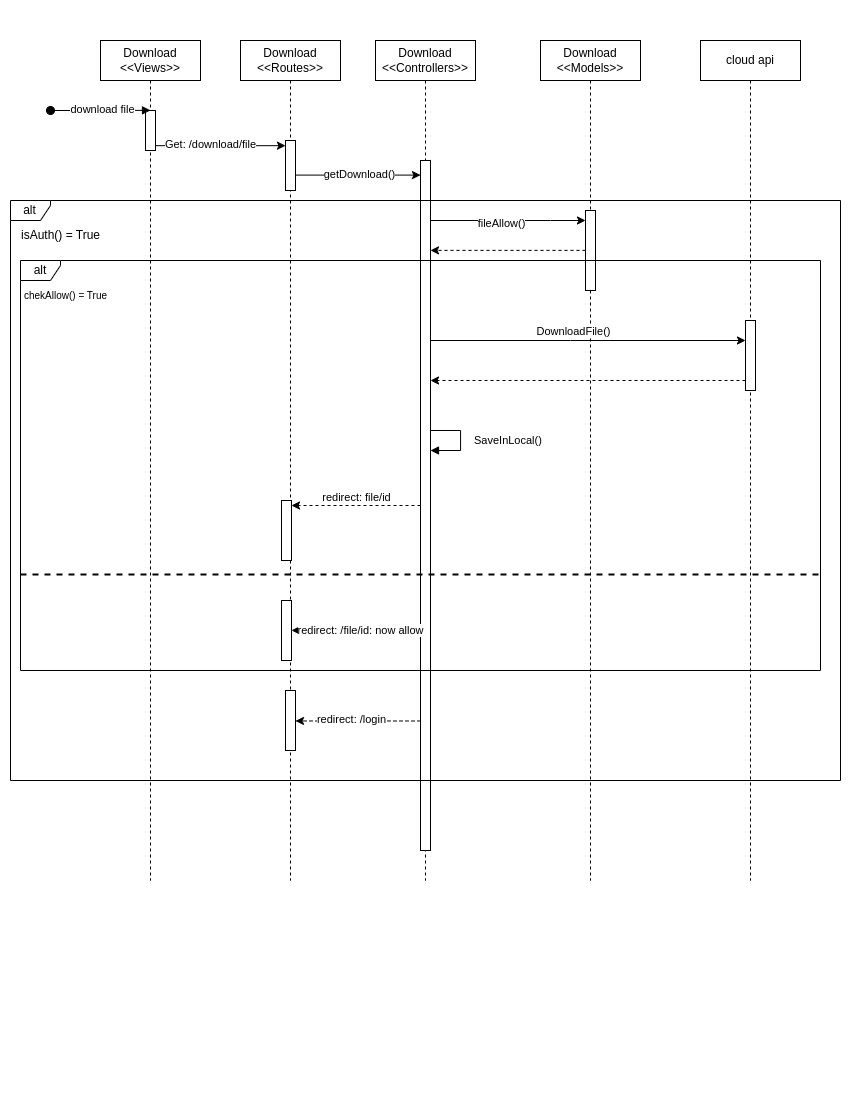
Before: seq diagram/download seq.png, a diagram exported from draw.io (AyoubCherguelaine/Drive-app). Source tidied: cells renumbered, new cells last; positions are measured from the earlier drawing's top-left corner, leaving out a move shared by most shapes. Source of this version:
```xml
<mxGraphModel>
  <root>
    <mxCell id="0" />
    <mxCell id="1" parent="0" />
    <mxCell id="2" value="Download&lt;br&gt;&amp;lt;&amp;lt;Views&amp;gt;&amp;gt;" style="shape=umlLifeline;perimeter=lifelinePerimeter;whiteSpace=wrap;html=1;newEdgeStyle={&quot;edgeStyle&quot;:&quot;elbowEdgeStyle&quot;,&quot;elbow&quot;:&quot;vertical&quot;,&quot;curved&quot;:0,&quot;rounded&quot;:0};" parent="1" vertex="1">
      <mxGeometry x="90" width="100" height="840" as="geometry" />
    </mxCell>
    <mxCell id="3" style="html=1;points=[];perimeter=orthogonalPerimeter;outlineConnect=0;targetShapes=umlLifeline;portConstraint=eastwest;newEdgeStyle={&quot;edgeStyle&quot;:&quot;elbowEdgeStyle&quot;,&quot;elbow&quot;:&quot;vertical&quot;,&quot;curved&quot;:0,&quot;rounded&quot;:0};" parent="2" vertex="1">
      <mxGeometry x="45" y="70" width="10" height="40" as="geometry" />
    </mxCell>
    <mxCell id="4" style="html=1;verticalAlign=bottom;startArrow=oval;endArrow=block;startSize=8;edgeStyle=elbowEdgeStyle;elbow=vertical;curved=0;rounded=0;" parent="2" edge="1" target="3">
      <mxGeometry relative="1" as="geometry">
        <mxPoint x="-50" y="70" as="sourcePoint" />
      </mxGeometry>
    </mxCell>
    <mxCell id="5" value="download file" style="edgeLabel;html=1;align=center;verticalAlign=middle;" parent="4" vertex="1">
      <mxGeometry x="0.03" y="1" relative="1" as="geometry" />
    </mxCell>
    <mxCell id="6" value="Download&lt;br&gt;&amp;lt;&amp;lt;Routes&amp;gt;&amp;gt;" style="shape=umlLifeline;perimeter=lifelinePerimeter;whiteSpace=wrap;html=1;newEdgeStyle={&quot;edgeStyle&quot;:&quot;elbowEdgeStyle&quot;,&quot;elbow&quot;:&quot;vertical&quot;,&quot;curved&quot;:0,&quot;rounded&quot;:0};" parent="1" vertex="1">
      <mxGeometry x="230" width="100" height="840" as="geometry" />
    </mxCell>
    <mxCell id="7" style="html=1;points=[];perimeter=orthogonalPerimeter;outlineConnect=0;targetShapes=umlLifeline;portConstraint=eastwest;newEdgeStyle={&quot;edgeStyle&quot;:&quot;elbowEdgeStyle&quot;,&quot;elbow&quot;:&quot;vertical&quot;,&quot;curved&quot;:0,&quot;rounded&quot;:0};" parent="6" vertex="1">
      <mxGeometry x="45" y="100" width="10" height="50" as="geometry" />
    </mxCell>
    <mxCell id="8" style="html=1;points=[];perimeter=orthogonalPerimeter;outlineConnect=0;targetShapes=umlLifeline;portConstraint=eastwest;newEdgeStyle={&quot;edgeStyle&quot;:&quot;elbowEdgeStyle&quot;,&quot;elbow&quot;:&quot;vertical&quot;,&quot;curved&quot;:0,&quot;rounded&quot;:0};" parent="6" vertex="1">
      <mxGeometry x="41" y="460" width="10" height="60" as="geometry" />
    </mxCell>
    <mxCell id="9" style="html=1;points=[];perimeter=orthogonalPerimeter;outlineConnect=0;targetShapes=umlLifeline;portConstraint=eastwest;newEdgeStyle={&quot;edgeStyle&quot;:&quot;elbowEdgeStyle&quot;,&quot;elbow&quot;:&quot;vertical&quot;,&quot;curved&quot;:0,&quot;rounded&quot;:0};" parent="6" vertex="1">
      <mxGeometry x="45" y="650" width="10" height="60" as="geometry" />
    </mxCell>
    <mxCell id="10" style="html=1;points=[];perimeter=orthogonalPerimeter;outlineConnect=0;targetShapes=umlLifeline;portConstraint=eastwest;newEdgeStyle={&quot;edgeStyle&quot;:&quot;elbowEdgeStyle&quot;,&quot;elbow&quot;:&quot;vertical&quot;,&quot;curved&quot;:0,&quot;rounded&quot;:0};" parent="6" vertex="1">
      <mxGeometry x="41" y="560" width="10" height="60" as="geometry" />
    </mxCell>
    <mxCell id="11" value="Download&lt;br&gt;&amp;lt;&amp;lt;Controllers&amp;gt;&amp;gt;" style="shape=umlLifeline;perimeter=lifelinePerimeter;whiteSpace=wrap;html=1;newEdgeStyle={&quot;edgeStyle&quot;:&quot;elbowEdgeStyle&quot;,&quot;elbow&quot;:&quot;vertical&quot;,&quot;curved&quot;:0,&quot;rounded&quot;:0};" parent="1" vertex="1">
      <mxGeometry x="365" width="100" height="840" as="geometry" />
    </mxCell>
    <mxCell id="12" style="html=1;points=[];perimeter=orthogonalPerimeter;outlineConnect=0;targetShapes=umlLifeline;portConstraint=eastwest;newEdgeStyle={&quot;edgeStyle&quot;:&quot;elbowEdgeStyle&quot;,&quot;elbow&quot;:&quot;vertical&quot;,&quot;curved&quot;:0,&quot;rounded&quot;:0};" parent="11" vertex="1">
      <mxGeometry x="45" y="120" width="10" height="690" as="geometry" />
    </mxCell>
    <mxCell id="13" value="Download&lt;br&gt;&amp;lt;&amp;lt;Models&amp;gt;&amp;gt;" style="shape=umlLifeline;perimeter=lifelinePerimeter;whiteSpace=wrap;html=1;newEdgeStyle={&quot;edgeStyle&quot;:&quot;elbowEdgeStyle&quot;,&quot;elbow&quot;:&quot;vertical&quot;,&quot;curved&quot;:0,&quot;rounded&quot;:0};" parent="1" vertex="1">
      <mxGeometry x="530" width="100" height="840" as="geometry" />
    </mxCell>
    <mxCell id="14" style="html=1;points=[];perimeter=orthogonalPerimeter;outlineConnect=0;targetShapes=umlLifeline;portConstraint=eastwest;newEdgeStyle={&quot;edgeStyle&quot;:&quot;elbowEdgeStyle&quot;,&quot;elbow&quot;:&quot;vertical&quot;,&quot;curved&quot;:0,&quot;rounded&quot;:0};" parent="13" vertex="1">
      <mxGeometry x="45" y="170" width="10" height="80" as="geometry" />
    </mxCell>
    <mxCell id="15" style="edgeStyle=elbowEdgeStyle;rounded=0;jettySize=auto;html=1;elbow=vertical;curved=0;" parent="1" edge="1" source="3" target="7">
      <mxGeometry relative="1" as="geometry" />
    </mxCell>
    <mxCell id="16" value="Get: /download/file" style="edgeLabel;html=1;align=center;verticalAlign=middle;" parent="15" vertex="1">
      <mxGeometry x="-0.17" y="2" relative="1" as="geometry" />
    </mxCell>
    <mxCell id="17" style="edgeStyle=elbowEdgeStyle;rounded=0;jettySize=auto;html=1;elbow=vertical;curved=0;" parent="1" edge="1" source="7" target="12">
      <mxGeometry relative="1" as="geometry" />
    </mxCell>
    <mxCell id="18" value="getDownload()" style="edgeLabel;html=1;align=center;verticalAlign=middle;" parent="17" vertex="1">
      <mxGeometry x="0.01" y="1" relative="1" as="geometry" />
    </mxCell>
    <mxCell id="19" value="alt" style="shape=umlFrame;whiteSpace=wrap;html=1;width=40;height=20;" parent="1" vertex="1">
      <mxGeometry y="160" width="830" height="580" as="geometry" />
    </mxCell>
    <mxCell id="20" value="isAuth() = True" style="text;html=1;align=center;verticalAlign=middle;strokeColor=none;fillColor=none;" parent="1" vertex="1">
      <mxGeometry y="180" width="100" height="30" as="geometry" />
    </mxCell>
    <mxCell id="21" value="alt" style="shape=umlFrame;whiteSpace=wrap;html=1;width=40;height=20;" parent="1" vertex="1">
      <mxGeometry x="10" y="220" width="800" height="410" as="geometry" />
    </mxCell>
    <mxCell id="22" style="line;strokeWidth=2;fillColor=none;align=left;verticalAlign=middle;spacingTop=-1;spacingLeft=3;spacingRight=3;labelPosition=right;strokeColor=inherit;dashed=1;" parent="1" vertex="1">
      <mxGeometry x="10" y="530" width="800" height="8" as="geometry" />
    </mxCell>
    <mxCell id="23" value="&lt;font size=&quot;1&quot;&gt;chekAllow() = True&lt;/font&gt;" style="text;html=1;align=center;verticalAlign=middle;strokeColor=none;fillColor=none;strokeWidth=2;" parent="1" vertex="1">
      <mxGeometry y="240" width="110" height="30" as="geometry" />
    </mxCell>
    <mxCell id="24" value="cloud api" style="shape=umlLifeline;perimeter=lifelinePerimeter;whiteSpace=wrap;html=1;newEdgeStyle={&quot;edgeStyle&quot;:&quot;elbowEdgeStyle&quot;,&quot;elbow&quot;:&quot;vertical&quot;,&quot;curved&quot;:0,&quot;rounded&quot;:0};" parent="1" vertex="1">
      <mxGeometry x="690" width="100" height="840" as="geometry" />
    </mxCell>
    <mxCell id="25" style="html=1;points=[];perimeter=orthogonalPerimeter;outlineConnect=0;targetShapes=umlLifeline;portConstraint=eastwest;newEdgeStyle={&quot;edgeStyle&quot;:&quot;elbowEdgeStyle&quot;,&quot;elbow&quot;:&quot;vertical&quot;,&quot;curved&quot;:0,&quot;rounded&quot;:0};" parent="24" vertex="1">
      <mxGeometry x="45" y="280" width="10" height="70" as="geometry" />
    </mxCell>
    <mxCell id="26" style="edgeStyle=elbowEdgeStyle;rounded=0;jettySize=auto;html=1;elbow=vertical;curved=0;" parent="1" edge="1" source="12" target="25">
      <mxGeometry relative="1" as="geometry">
        <Array as="points">
          <mxPoint x="560" y="300" />
          <mxPoint x="590" y="350" />
        </Array>
      </mxGeometry>
    </mxCell>
    <mxCell id="27" value="DownloadFile()" style="edgeLabel;html=1;align=center;verticalAlign=middle;" parent="26" vertex="1">
      <mxGeometry x="-0.1" relative="1" as="geometry">
        <mxPoint y="-10" as="offset" />
      </mxGeometry>
    </mxCell>
    <mxCell id="28" style="edgeStyle=elbowEdgeStyle;rounded=0;jettySize=auto;html=1;elbow=vertical;curved=0;dashed=1;" parent="1" edge="1" source="25" target="12">
      <mxGeometry relative="1" as="geometry">
        <Array as="points">
          <mxPoint x="570" y="340" />
          <mxPoint x="550" y="380" />
          <mxPoint x="640" y="390" />
          <mxPoint x="650" y="370" />
        </Array>
      </mxGeometry>
    </mxCell>
    <mxCell id="29" style="edgeStyle=elbowEdgeStyle;rounded=0;jettySize=auto;html=1;elbow=vertical;curved=0;dashed=1;" parent="1" edge="1" source="12" target="8">
      <mxGeometry relative="1" as="geometry">
        <Array as="points">
          <mxPoint x="350" y="465" />
          <mxPoint x="330" y="410" />
          <mxPoint x="310" y="360" />
        </Array>
      </mxGeometry>
    </mxCell>
    <mxCell id="30" value="redirect: file/id" style="edgeLabel;html=1;align=center;verticalAlign=middle;" parent="1" vertex="1">
      <mxGeometry x="390" y="440" as="geometry">
        <mxPoint x="-45" y="16" as="offset" />
      </mxGeometry>
    </mxCell>
    <mxCell id="31" style="edgeStyle=elbowEdgeStyle;rounded=0;jettySize=auto;html=1;elbow=vertical;curved=0;dashed=1;" parent="1" edge="1" source="12" target="10">
      <mxGeometry relative="1" as="geometry" />
    </mxCell>
    <mxCell id="32" value="redirect: /file/id: now allow" style="edgeLabel;html=1;align=center;verticalAlign=middle;" parent="31" vertex="1">
      <mxGeometry x="0.22" relative="1" as="geometry">
        <mxPoint x="18" as="offset" />
      </mxGeometry>
    </mxCell>
    <mxCell id="33" style="edgeStyle=elbowEdgeStyle;rounded=0;jettySize=auto;html=1;elbow=vertical;curved=0;dashed=1;" parent="1" edge="1" source="12" target="9">
      <mxGeometry relative="1" as="geometry" />
    </mxCell>
    <mxCell id="34" value="redirect: /login" style="edgeLabel;html=1;align=center;verticalAlign=middle;" parent="33" vertex="1">
      <mxGeometry x="0.5" y="-2" relative="1" as="geometry">
        <mxPoint x="25" as="offset" />
      </mxGeometry>
    </mxCell>
    <mxCell id="35" style="edgeStyle=elbowEdgeStyle;rounded=0;jettySize=auto;html=1;elbow=vertical;curved=0;" parent="1" edge="1" source="12" target="14">
      <mxGeometry relative="1" as="geometry">
        <Array as="points">
          <mxPoint x="540" y="180" />
        </Array>
      </mxGeometry>
    </mxCell>
    <mxCell id="36" value="fileAllow()" style="edgeLabel;html=1;align=center;verticalAlign=middle;" parent="35" vertex="1">
      <mxGeometry x="-0.08" y="-2" relative="1" as="geometry" />
    </mxCell>
    <mxCell id="37" style="edgeStyle=elbowEdgeStyle;rounded=0;jettySize=auto;html=1;elbow=vertical;curved=0;dashed=1;" parent="1" edge="1" source="14" target="12">
      <mxGeometry relative="1" as="geometry" />
    </mxCell>
    <mxCell id="38" value="SaveInLocal()" style="html=1;align=left;spacingLeft=2;endArrow=block;rounded=0;edgeStyle=orthogonalEdgeStyle;curved=0;rounded=0;" parent="1" edge="1">
      <mxGeometry y="10" relative="1" as="geometry">
        <mxPoint x="420" y="390" as="sourcePoint" />
        <mxPoint x="420" y="410" as="targetPoint" />
        <Array as="points">
          <mxPoint x="450" y="390" />
          <mxPoint x="450" y="410" />
        </Array>
      </mxGeometry>
    </mxCell>
  </root>
</mxGraphModel>
```
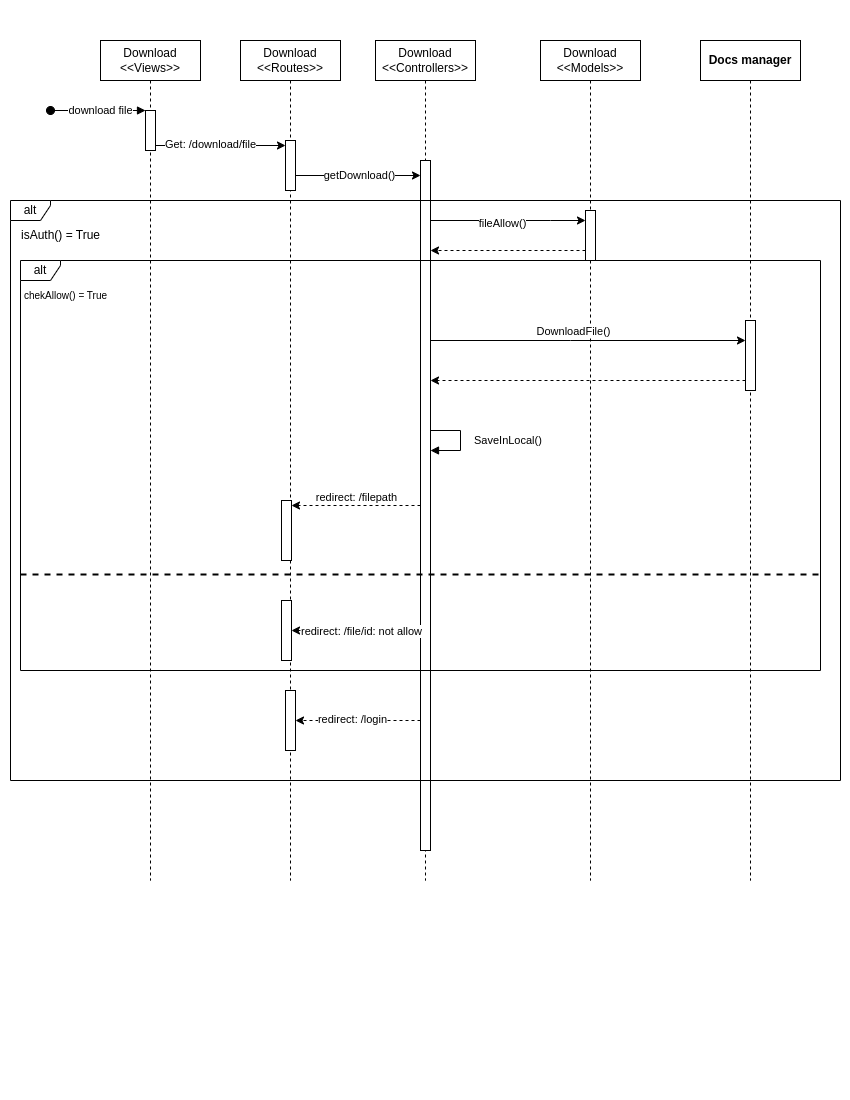
Above is the later version.

Change to the diagram source:
```diff
@@ -41,7 +41,7 @@
       <mxGeometry x="530" width="100" height="840" as="geometry" />
     </mxCell>
     <mxCell id="14" style="html=1;points=[];perimeter=orthogonalPerimeter;outlineConnect=0;targetShapes=umlLifeline;portConstraint=eastwest;newEdgeStyle={&quot;edgeStyle&quot;:&quot;elbowEdgeStyle&quot;,&quot;elbow&quot;:&quot;vertical&quot;,&quot;curved&quot;:0,&quot;rounded&quot;:0};" parent="13" vertex="1">
-      <mxGeometry x="45" y="170" width="10" height="80" as="geometry" />
+      <mxGeometry x="45" y="170" width="10" height="50" as="geometry" />
     </mxCell>
     <mxCell id="15" style="edgeStyle=elbowEdgeStyle;rounded=0;jettySize=auto;html=1;elbow=vertical;curved=0;" parent="1" edge="1" source="3" target="7">
       <mxGeometry relative="1" as="geometry" />
@@ -70,7 +70,7 @@
     <mxCell id="23" value="&lt;font size=&quot;1&quot;&gt;chekAllow() = True&lt;/font&gt;" style="text;html=1;align=center;verticalAlign=middle;strokeColor=none;fillColor=none;strokeWidth=2;" parent="1" vertex="1">
       <mxGeometry y="240" width="110" height="30" as="geometry" />
     </mxCell>
-    <mxCell id="24" value="cloud api" style="shape=umlLifeline;perimeter=lifelinePerimeter;whiteSpace=wrap;html=1;newEdgeStyle={&quot;edgeStyle&quot;:&quot;elbowEdgeStyle&quot;,&quot;elbow&quot;:&quot;vertical&quot;,&quot;curved&quot;:0,&quot;rounded&quot;:0};" parent="1" vertex="1">
+    <mxCell id="24" value="&lt;b style=&quot;border-color: var(--border-color);&quot;&gt;Docs manager&lt;/b&gt;" style="shape=umlLifeline;perimeter=lifelinePerimeter;whiteSpace=wrap;html=1;newEdgeStyle={&quot;edgeStyle&quot;:&quot;elbowEdgeStyle&quot;,&quot;elbow&quot;:&quot;vertical&quot;,&quot;curved&quot;:0,&quot;rounded&quot;:0};" parent="1" vertex="1">
       <mxGeometry x="690" width="100" height="840" as="geometry" />
     </mxCell>
     <mxCell id="25" style="html=1;points=[];perimeter=orthogonalPerimeter;outlineConnect=0;targetShapes=umlLifeline;portConstraint=eastwest;newEdgeStyle={&quot;edgeStyle&quot;:&quot;elbowEdgeStyle&quot;,&quot;elbow&quot;:&quot;vertical&quot;,&quot;curved&quot;:0,&quot;rounded&quot;:0};" parent="24" vertex="1">
@@ -108,7 +108,7 @@
         </Array>
       </mxGeometry>
     </mxCell>
-    <mxCell id="30" value="redirect: file/id" style="edgeLabel;html=1;align=center;verticalAlign=middle;" parent="1" vertex="1">
+    <mxCell id="30" value="redirect: /filepath" style="edgeLabel;html=1;align=center;verticalAlign=middle;" parent="1" vertex="1">
       <mxGeometry x="390" y="440" as="geometry">
         <mxPoint x="-45" y="16" as="offset" />
       </mxGeometry>
@@ -116,7 +116,7 @@
     <mxCell id="31" style="edgeStyle=elbowEdgeStyle;rounded=0;jettySize=auto;html=1;elbow=vertical;curved=0;dashed=1;" parent="1" edge="1" source="12" target="10">
       <mxGeometry relative="1" as="geometry" />
     </mxCell>
-    <mxCell id="32" value="redirect: /file/id: now allow" style="edgeLabel;html=1;align=center;verticalAlign=middle;" parent="31" vertex="1">
+    <mxCell id="32" value="redirect: /file/id: not allow" style="edgeLabel;html=1;align=center;verticalAlign=middle;" parent="31" vertex="1">
       <mxGeometry x="0.22" relative="1" as="geometry">
         <mxPoint x="18" as="offset" />
       </mxGeometry>
@@ -140,7 +140,11 @@
       <mxGeometry x="-0.08" y="-2" relative="1" as="geometry" />
     </mxCell>
     <mxCell id="37" style="edgeStyle=elbowEdgeStyle;rounded=0;jettySize=auto;html=1;elbow=vertical;curved=0;dashed=1;" parent="1" edge="1" source="14" target="12">
-      <mxGeometry relative="1" as="geometry" />
+      <mxGeometry relative="1" as="geometry">
+        <Array as="points">
+          <mxPoint x="498" y="210" />
+        </Array>
+      </mxGeometry>
     </mxCell>
     <mxCell id="38" value="SaveInLocal()" style="html=1;align=left;spacingLeft=2;endArrow=block;rounded=0;edgeStyle=orthogonalEdgeStyle;curved=0;rounded=0;" parent="1" edge="1">
       <mxGeometry y="10" relative="1" as="geometry">
```
